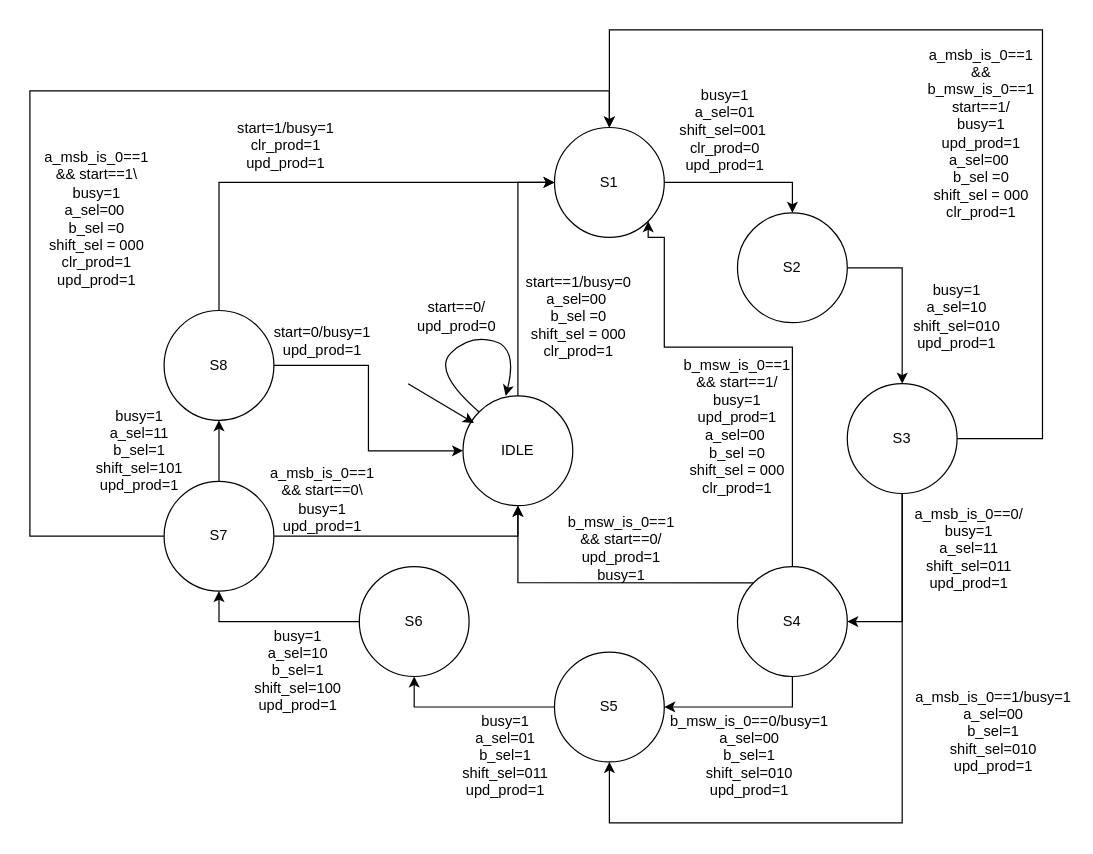
Earlier version of the draw.io diagram page "Copy of Page-1" (2 of 2) of Untitled Diagram.drawio (lioriky6/lioriky6). Source tidied: cells renumbered, new cells numbered last; positions are measured from the earlier drawing's top-left corner, leaving out a move shared by most shapes. Both pictures are drawn from the tidied source at 122%, with x=0, y=0 at pixel (29, 29).
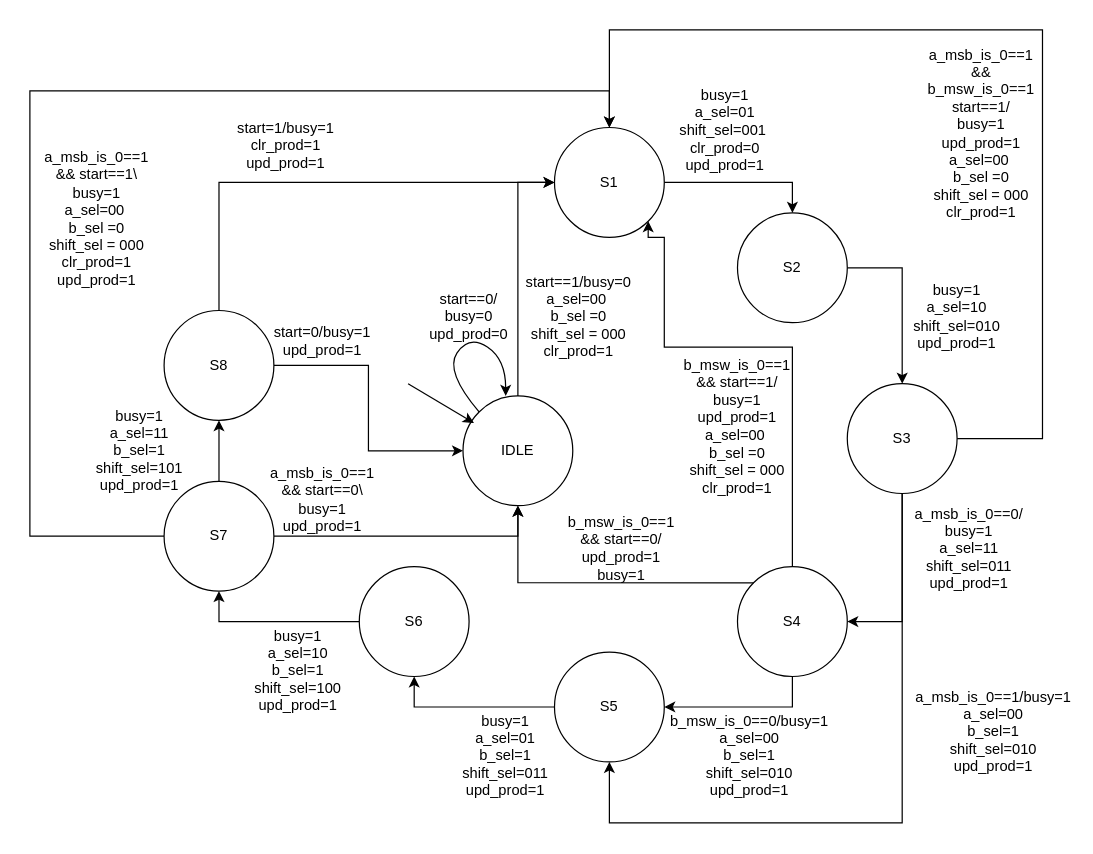
Above is the later version.

The change refers to these unchanged cells:
```xml
<mxCell id="3" value="IDLE" style="ellipse;whiteSpace=wrap;html=1;" parent="1" vertex="1">
  <mxGeometry x="355" y="300" width="90" height="90" as="geometry" />
</mxCell>
```

Diff of the diagram source:
```diff
@@
-    <mxCell id="37" value="start==0/&lt;div&gt;upd_prod=0&lt;/div&gt;" style="text;html=1;align=center;verticalAlign=middle;whiteSpace=wrap;rounded=0;" parent="1" vertex="1">
-      <mxGeometry x="320" y="220" width="60" height="30" as="geometry" />
+    <mxCell id="37" value="start==0/&lt;div&gt;busy=0&lt;div&gt;upd_prod=0&lt;/div&gt;&lt;/div&gt;" style="text;html=1;align=center;verticalAlign=middle;whiteSpace=wrap;rounded=0;" parent="1" vertex="1">
+      <mxGeometry x="330" y="220" width="60" height="30" as="geometry" />
     </mxCell>
@@
     <mxCell id="44" style="curved=1;endArrow=classic;html=1;rounded=0;exitX=0;exitY=0;exitDx=0;exitDy=0;" parent="1" edge="1" source="3">
       <mxGeometry relative="1" as="geometry">
         <mxPoint x="390" y="300" as="targetPoint" />
         <Array as="points">
-          <mxPoint x="330" y="280" />
+          <mxPoint x="340" y="280" />
           <mxPoint x="360" y="250" />
-          <mxPoint x="400" y="260" />
+          <mxPoint x="390" y="270" />
         </Array>
       </mxGeometry>
     </mxCell>
```
